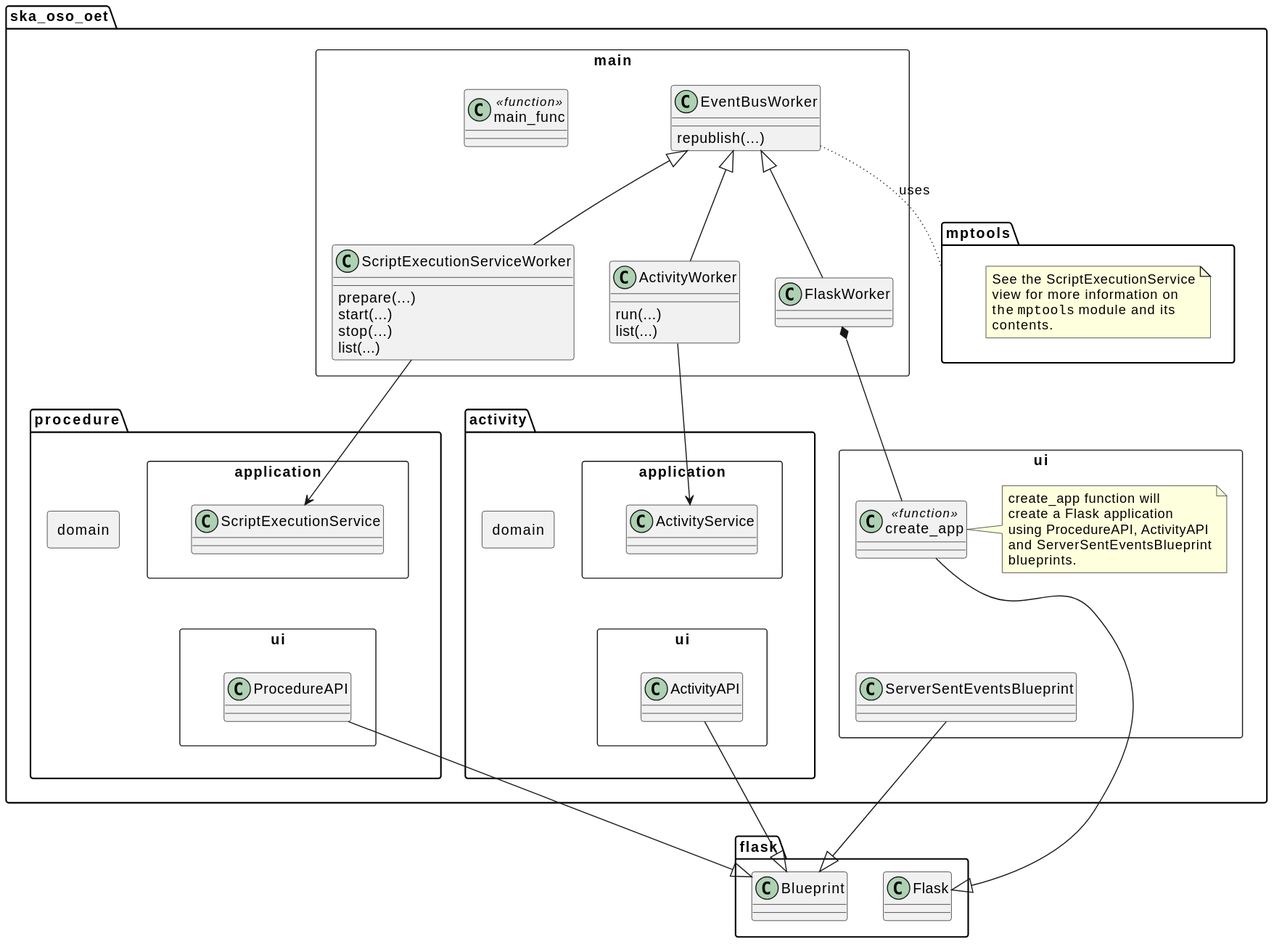
The PlantUML diagram docs/src/diagrams/export/backend_module_ui_primary.svg in ska-telescope/observation-execution-tool, before a commit.
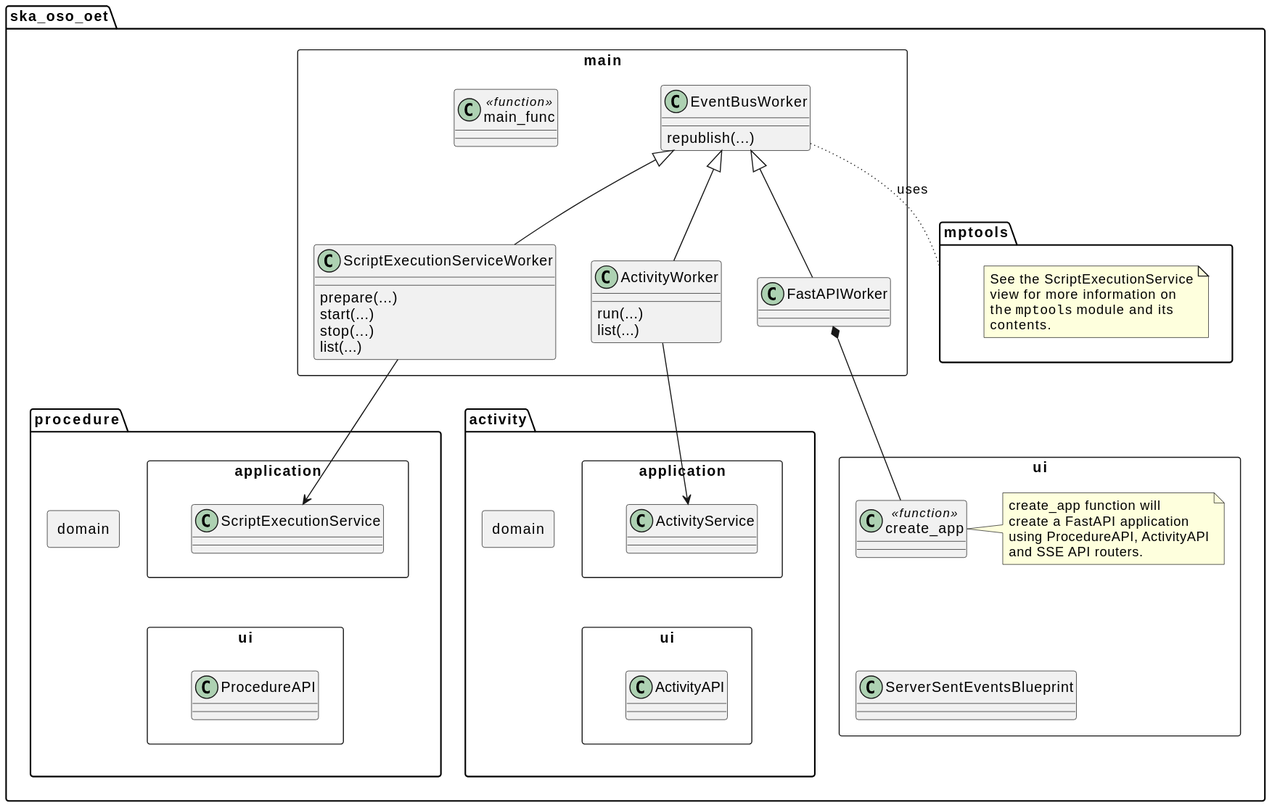
After the commit.

What changed in the source:
```diff
@@ -24,7 +24,7 @@
             list(...)
         }
 
-        class FlaskWorker {
+        class FastAPIWorker {
         }
 
         class EventBusWorker {
@@ -34,7 +34,7 @@
         class main_func <<function>>
 
         ScriptExecutionServiceWorker -up-|> EventBusWorker
-        FlaskWorker -up-|> EventBusWorker
+        FastAPIWorker -up-|> EventBusWorker
         ActivityWorker -up-|> EventBusWorker
     }
 
@@ -44,16 +44,15 @@
 
         note as app_note
         create_app function will
-        create a Flask application
+        create a FastAPI application
         using ProcedureAPI, ActivityAPI
-        and ServerSentEventsBlueprint
-        blueprints.
+        and SSE API routers.
         end note
 
         app_note -left- create_app
     }
 
-    FlaskWorker *-- create_app
+    FastAPIWorker *-- create_app
 
     package procedure {
 
@@ -86,16 +85,6 @@
     }
 }
 
-package flask {
-    class Flask
-    class Blueprint
-}
-
-create_app --|> Flask
-ServerSentEventsBlueprint --|> Blueprint
-ActivityAPI --|> Blueprint
-ProcedureAPI --|> Blueprint
-
 EventBusWorker -[dotted]- mptools: uses
 
 procedure_application -down[hidden]- procedure_ui
```
